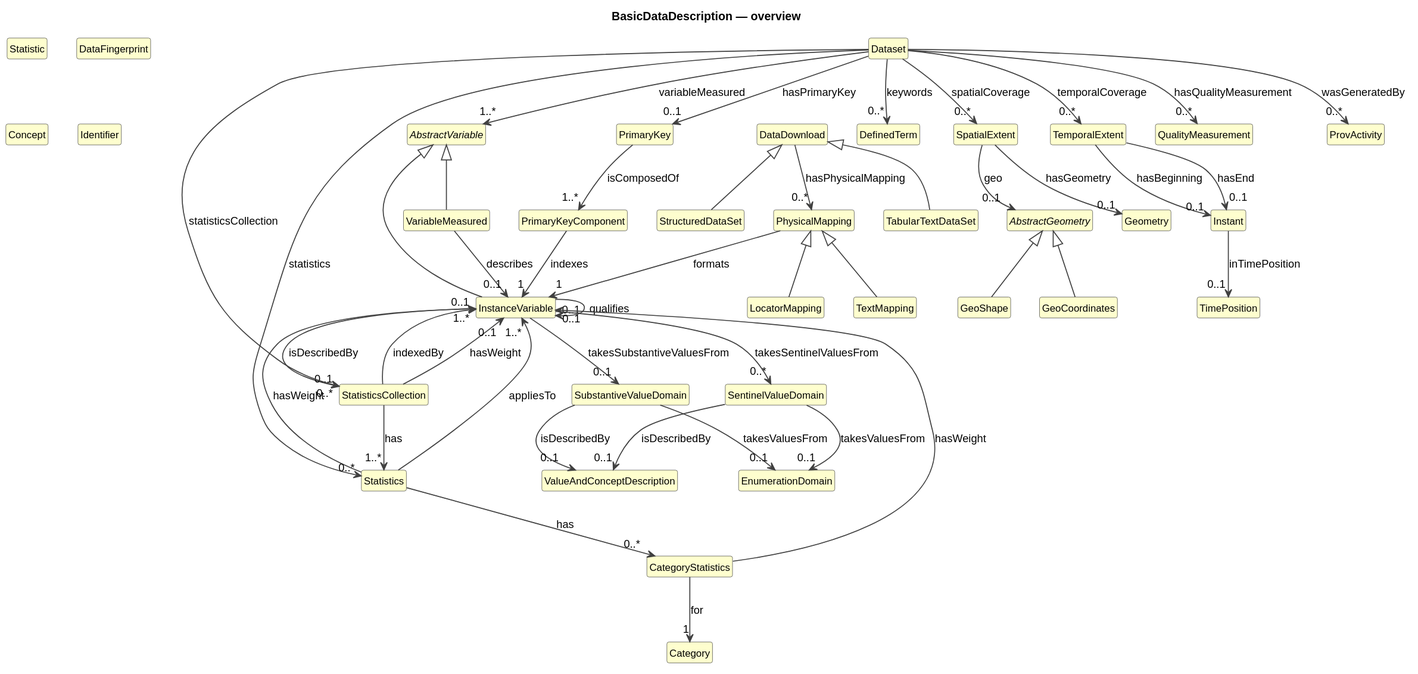
The PlantUML diagram cdif-uml-model/BasicDataDescription/index.local.svg in Cross-Domain-Interoperability-Framework/metadataBuildingBlocks, before a commit.
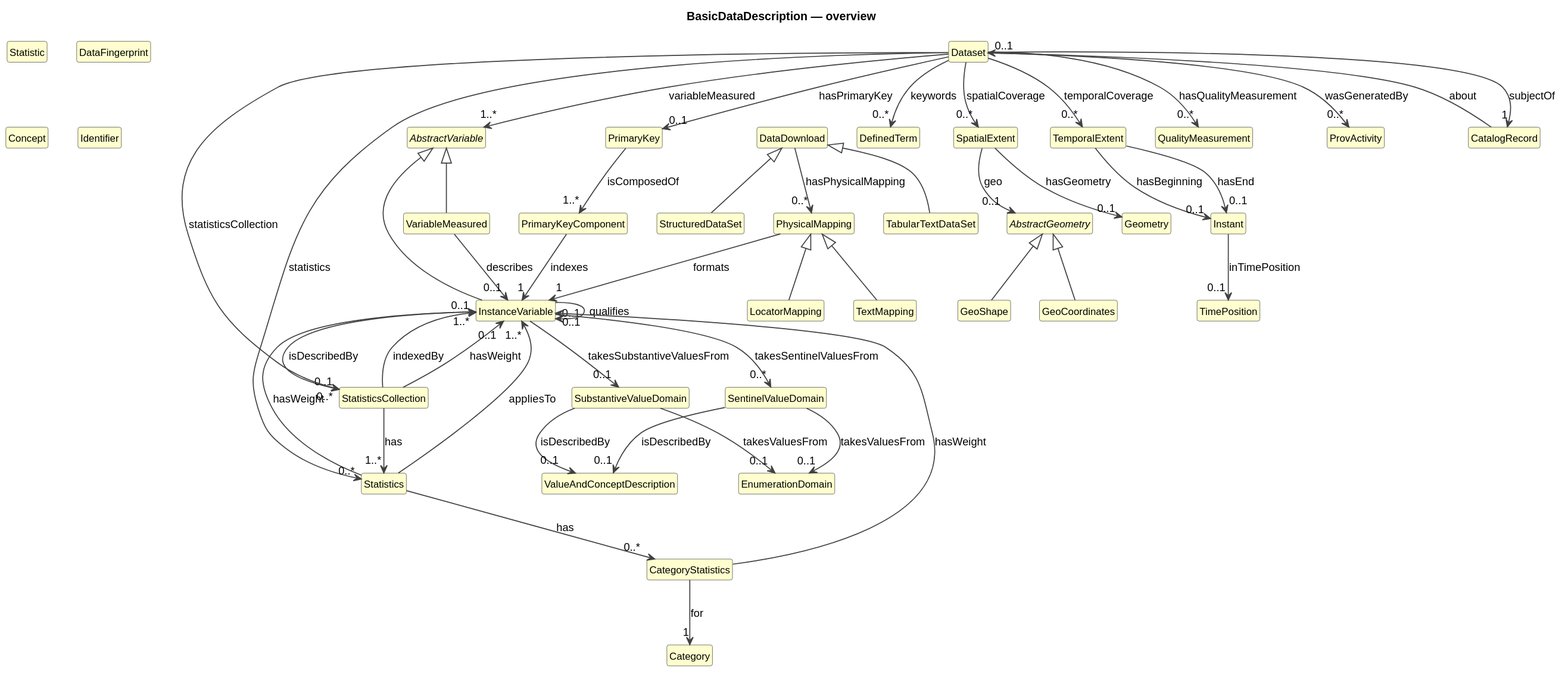
Later version of the same file.

The edit, as a diff of the source:
```diff
@@ -45,6 +45,7 @@
 class "Geometry" as Geometry #FEFECE
 class "QualityMeasurement" as QualityMeasurement #FEFECE
 class "ProvActivity" as ProvActivity #FEFECE
+class "CatalogRecord" as CatalogRecord #FEFECE
 AbstractVariable <|-- InstanceVariable
 AbstractVariable <|-- VariableMeasured
 PhysicalMapping <|-- TextMapping
@@ -82,10 +83,12 @@
 Dataset --> "0..*" TemporalExtent : temporalCoverage
 Dataset --> "0..*" QualityMeasurement : hasQualityMeasurement
 Dataset --> "0..*" ProvActivity : wasGeneratedBy
+Dataset --> "1" CatalogRecord : subjectOf
 Dataset --> "0..*" DefinedTerm : keywords
 SpatialExtent --> "0..1" AbstractGeometry : geo
 SpatialExtent --> "0..1" Geometry : hasGeometry
 TemporalExtent --> "0..1" Instant : hasBeginning
 TemporalExtent --> "0..1" Instant : hasEnd
 Instant --> "0..1" TimePosition : inTimePosition
+CatalogRecord --> "0..1" Dataset : about
 @enduml
```
